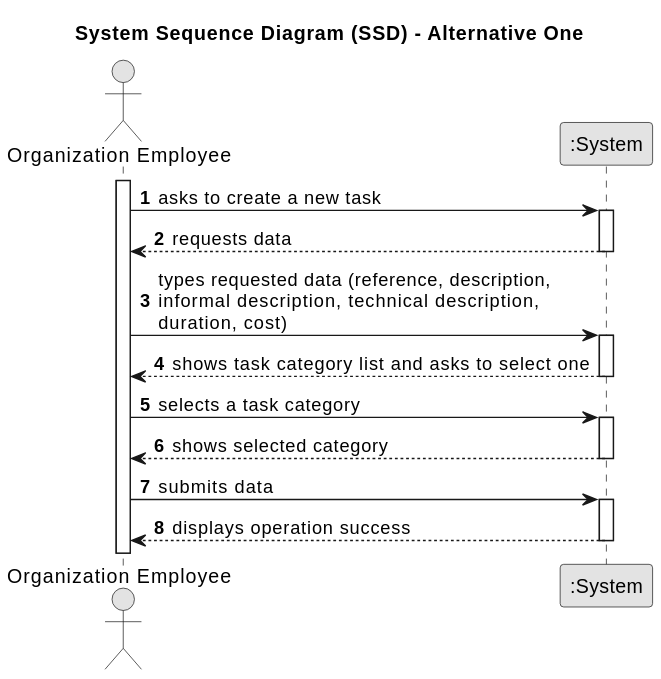
Above: out/docs/sprint01/us005/01.requirements-engineering/puml/us005-system-sequence-diagram-alternative-one/us005-system-sequence-diagram-alternative-one.svg in TiagoMagalhaes1232507/Testando-projeto (PlantUML), before the change. Its diagram source:
```plantuml
@startuml
skinparam monochrome true
skinparam packageStyle rectangle
skinparam shadowing false

title System Sequence Diagram (SSD) - Alternative One

autonumber

actor "Organization Employee" as Employee
participant ":System" as System

activate Employee

    Employee -> System : asks to create a new task
    activate System

        System --> Employee : requests data
    deactivate System

    Employee -> System : types requested data (reference, description, \ninformal description, technical description,\nduration, cost)
    activate System

        System --> Employee : shows task category list and asks to select one
    deactivate System

    Employee -> System : selects a task category
    activate System

        System --> Employee : shows selected category
    deactivate System

    Employee -> System : submits data
    activate System

        System --> Employee : displays operation success
    deactivate System
@enduml
```
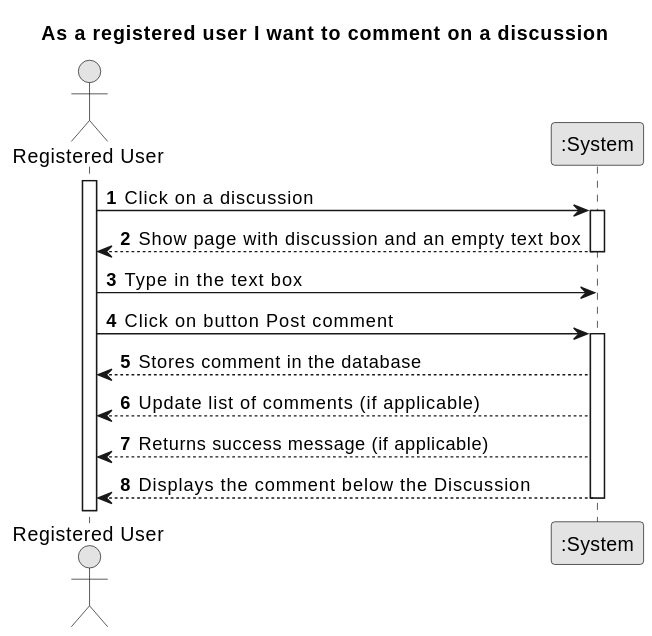
After the commit.

Change to the diagram source:
```diff
@@ -3,36 +3,28 @@
 skinparam packageStyle rectangle
 skinparam shadowing false
 
-title System Sequence Diagram (SSD) - Alternative One
+title As a registered user I want to comment on a discussion
 
 autonumber
 
-actor "Organization Employee" as Employee
+actor " Registered User" as User
 participant ":System" as System
 
-activate Employee
+activate User
 
-    Employee -> System : asks to create a new task
+    User -> System : Click on a discussion
     activate System
 
-        System --> Employee : requests data
+        System --> User : Show page with discussion and an empty text box
     deactivate System
 
-    Employee -> System : types requested data (reference, description, \ninformal description, technical description,\nduration, cost)
+    User -> System : Type in the text box
+    User -> System : Click on button Post comment
     activate System
 
-        System --> Employee : shows task category list and asks to select one
-    deactivate System
-
-    Employee -> System : selects a task category
-    activate System
-
-        System --> Employee : shows selected category
-    deactivate System
-
-    Employee -> System : submits data
-    activate System
-
-        System --> Employee : displays operation success
+        System --> User: Stores comment in the database
+        System --> User: Update list of comments (if applicable)
+        System --> User: Returns success message (if applicable)
+        System --> User: Displays the comment below the Discussion
     deactivate System
 @enduml
```
